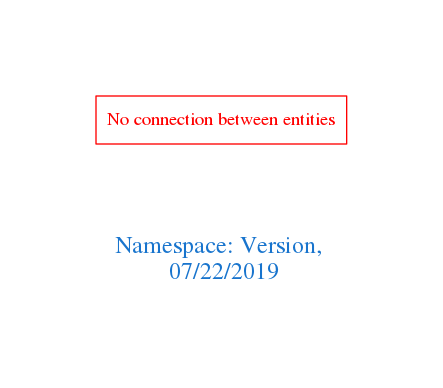
Above: downloads/Version.png in arago/OGIT (Graphviz), before the change. Its source is kept beside it as downloads/Version.dot.
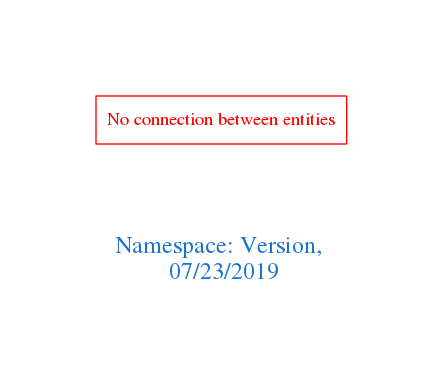
The same file after the commit.

What changed in the source:
```diff
@@ -1,7 +1,7 @@
 digraph OGIT_ontology {
  graph [ rankdir= LR,pad=1
 fontsize = 18,
-fontcolor= dodgerblue3,label = "\n\n\nNamespace: Version, \n 07/22/2019"];
+fontcolor= dodgerblue3,label = "\n\n\nNamespace: Version, \n 07/23/2019"];
 node[shape=polygon];
 edge [  color="gray81"];
 
```
